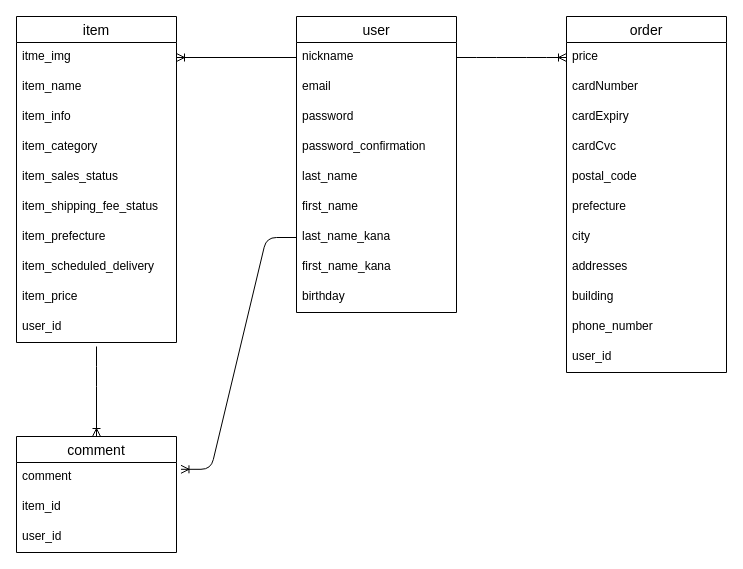
This is er.dio from D0lph1n25/furima-39574, a draw.io file, before an edit. Source tidied: cells renumbered, new cells numbered last; positions are measured from the earlier drawing's top-left corner, leaving out a move shared by most shapes. Both pictures are drawn from the tidied source at 100%, with x=0, y=0 at pixel (16, 16).
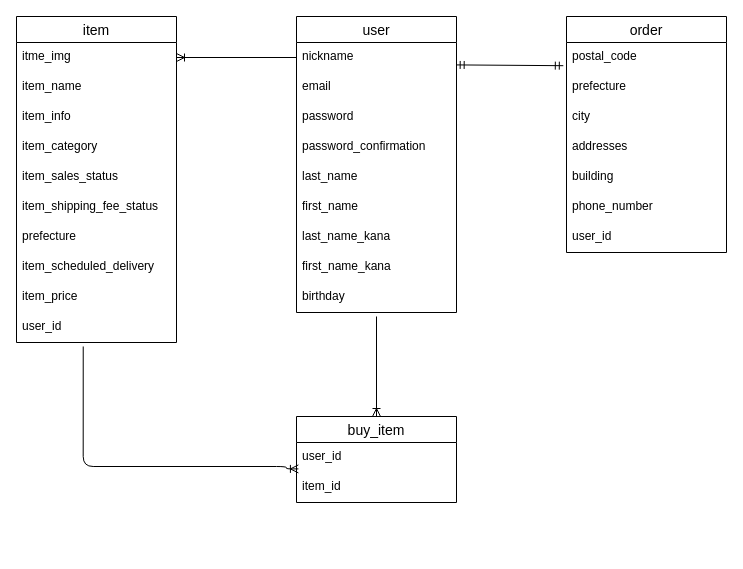
The same page after the edit.

Commit message (it also covers changes not shown here):
ER図及びREADME　再実装

Unchanged cells that the change refers to:
```xml
<mxCell id="2" value="item" style="swimlane;fontStyle=0;horizontal=1;startSize=26;align=center;fontSize=14;" parent="1" vertex="1">
  <mxGeometry width="160" height="326" as="geometry" />
</mxCell>
<mxCell id="3" value="itme_img" style="text;strokeColor=none;fillColor=none;spacingLeft=4;spacingRight=4;overflow=hidden;points=[[0,0.5],[1,0.5]];portConstraint=eastwest;fontSize=12;" parent="2" vertex="1">
  <mxGeometry y="26" width="160" height="30" as="geometry" />
</mxCell>
<mxCell id="12" value="user_id" style="text;strokeColor=none;fillColor=none;spacingLeft=4;spacingRight=4;overflow=hidden;points=[[0,0.5],[1,0.5]];portConstraint=eastwest;fontSize=12;" parent="2" vertex="1">
  <mxGeometry y="296" width="160" height="30" as="geometry" />
</mxCell>
<mxCell id="14" value="nickname" style="text;strokeColor=none;fillColor=none;spacingLeft=4;spacingRight=4;overflow=hidden;points=[[0,0.5],[1,0.5]];portConstraint=eastwest;fontSize=12;" parent="13" vertex="1">
  <mxGeometry y="26" width="160" height="30" as="geometry" />
</mxCell>
<mxCell id="20" value="last_name_kana" style="text;strokeColor=none;fillColor=none;spacingLeft=4;spacingRight=4;overflow=hidden;points=[[0,0.5],[1,0.5]];portConstraint=eastwest;fontSize=12;" parent="13" vertex="1">
  <mxGeometry y="206" width="160" height="30" as="geometry" />
</mxCell>
```

The edit, as a diff of the source:
```diff
@@
-    <mxCell id="9" value="item_prefecture" style="text;strokeColor=none;fillColor=none;spacingLeft=4;spacingRight=4;overflow=hidden;fontSize=12;" parent="2" vertex="1">
+    <mxCell id="9" value="prefecture" style="text;strokeColor=none;fillColor=none;spacingLeft=4;spacingRight=4;overflow=hidden;fontSize=12;" parent="2" vertex="1">
       <mxGeometry y="206" width="160" height="30" as="geometry" />
     </mxCell>
@@
     <mxCell id="23" value="order" style="swimlane;fontStyle=0;horizontal=1;startSize=26;align=center;fontSize=14;" parent="1" vertex="1">
-      <mxGeometry x="550" width="160" height="356" as="geometry" />
+      <mxGeometry x="550" width="160" height="236" as="geometry" />
     </mxCell>
-    <mxCell id="24" value="price" style="text;strokeColor=none;fillColor=none;spacingLeft=4;spacingRight=4;overflow=hidden;fontSize=12;" parent="23" vertex="1">
-      <mxGeometry y="26" width="160" height="30" as="geometry" />
-    </mxCell>
-    <mxCell id="25" value="cardNumber" style="text;strokeColor=none;fillColor=none;spacingLeft=4;spacingRight=4;overflow=hidden;fontSize=12;" parent="23" vertex="1">
-      <mxGeometry y="56" width="160" height="30" as="geometry" />
-    </mxCell>
-    <mxCell id="26" value="cardExpiry" style="text;strokeColor=none;fillColor=none;spacingLeft=4;spacingRight=4;overflow=hidden;fontSize=12;" parent="23" vertex="1">
-      <mxGeometry y="86" width="160" height="30" as="geometry" />
-    </mxCell>
-    <mxCell id="27" value="cardCvc" style="text;strokeColor=none;fillColor=none;spacingLeft=4;spacingRight=4;overflow=hidden;fontSize=12;" parent="23" vertex="1">
-      <mxGeometry y="116" width="160" height="30" as="geometry" />
-    </mxCell>
     <mxCell id="28" value="postal_code" style="text;strokeColor=none;fillColor=none;spacingLeft=4;spacingRight=4;overflow=hidden;points=[[0,0.5],[1,0.5]];portConstraint=eastwest;fontSize=12;" parent="23" vertex="1">
-      <mxGeometry y="146" width="160" height="30" as="geometry" />
+      <mxGeometry y="26" width="160" height="30" as="geometry" />
     </mxCell>
     <mxCell id="29" value="prefecture" style="text;strokeColor=none;fillColor=none;spacingLeft=4;spacingRight=4;overflow=hidden;fontSize=12;" parent="23" vertex="1">
-      <mxGeometry y="176" width="160" height="30" as="geometry" />
+      <mxGeometry y="56" width="160" height="30" as="geometry" />
     </mxCell>
     <mxCell id="30" value="city" style="text;strokeColor=none;fillColor=none;spacingLeft=4;spacingRight=4;overflow=hidden;fontSize=12;" parent="23" vertex="1">
-      <mxGeometry y="206" width="160" height="30" as="geometry" />
+      <mxGeometry y="86" width="160" height="30" as="geometry" />
     </mxCell>
     <mxCell id="31" value="addresses" style="text;strokeColor=none;fillColor=none;spacingLeft=4;spacingRight=4;overflow=hidden;fontSize=12;" parent="23" vertex="1">
-      <mxGeometry y="236" width="160" height="30" as="geometry" />
+      <mxGeometry y="116" width="160" height="30" as="geometry" />
     </mxCell>
     <mxCell id="32" value="building" style="text;strokeColor=none;fillColor=none;spacingLeft=4;spacingRight=4;overflow=hidden;fontSize=12;" parent="23" vertex="1">
-      <mxGeometry y="266" width="160" height="30" as="geometry" />
+      <mxGeometry y="146" width="160" height="30" as="geometry" />
     </mxCell>
     <mxCell id="33" value="phone_number" style="text;strokeColor=none;fillColor=none;spacingLeft=4;spacingRight=4;overflow=hidden;fontSize=12;" parent="23" vertex="1">
-      <mxGeometry y="296" width="160" height="30" as="geometry" />
+      <mxGeometry y="176" width="160" height="30" as="geometry" />
     </mxCell>
     <mxCell id="34" value="user_id" style="text;strokeColor=none;fillColor=none;spacingLeft=4;spacingRight=4;overflow=hidden;fontSize=12;" parent="23" vertex="1">
-      <mxGeometry y="326" width="160" height="30" as="geometry" />
+      <mxGeometry y="206" width="160" height="30" as="geometry" />
     </mxCell>
-    <mxCell id="35" value="comment" style="swimlane;fontStyle=0;horizontal=1;startSize=26;align=center;fontSize=14;" parent="1" vertex="1">
-      <mxGeometry y="420" width="160" height="116" as="geometry" />
-    </mxCell>
-    <mxCell id="36" value="comment" style="text;strokeColor=none;fillColor=none;spacingLeft=4;spacingRight=4;overflow=hidden;points=[[0,0.5],[1,0.5]];portConstraint=eastwest;fontSize=12;" parent="35" vertex="1">
-      <mxGeometry y="26" width="160" height="30" as="geometry" />
-    </mxCell>
+    <mxCell id="39" style="fontSize=12;html=1;endArrow=ERoneToMany;entryX=1;entryY=0.5;entryDx=0;entryDy=0;exitX=0;exitY=0.5;exitDx=0;exitDy=0;" parent="1" edge="1" source="14" target="3">
+      <mxGeometry relative="1" as="geometry" />
+    </mxCell>
+    <mxCell id="43" style="fontSize=12;html=1;endArrow=ERmandOne;startArrow=ERmandOne;entryX=-0.02;entryY=0.773;entryDx=0;entryDy=0;entryPerimeter=0;exitX=0.998;exitY=0.747;exitDx=0;exitDy=0;exitPerimeter=0;" parent="1" edge="1" source="14" target="28">
+      <mxGeometry relative="1" as="geometry" />
+    </mxCell>
+    <mxCell id="44" value="buy_item" style="swimlane;fontStyle=0;horizontal=1;startSize=26;align=center;fontSize=14;" parent="1" vertex="1">
+      <mxGeometry x="280" y="400" width="160" height="86" as="geometry" />
+    </mxCell>
+    <mxCell id="38" value="user_id" style="text;strokeColor=none;fillColor=none;spacingLeft=4;spacingRight=4;overflow=hidden;points=[[0,0.5],[1,0.5]];portConstraint=eastwest;fontSize=12;" parent="44" vertex="1">
+      <mxGeometry y="26" width="160" height="30" as="geometry" />
+    </mxCell>
-    <mxCell id="37" value="item_id" style="text;strokeColor=none;fillColor=none;spacingLeft=4;spacingRight=4;overflow=hidden;fontSize=12;" parent="35" vertex="1">
+    <mxCell id="37" value="item_id" style="text;strokeColor=none;fillColor=none;spacingLeft=4;spacingRight=4;overflow=hidden;fontSize=12;" parent="44" vertex="1">
       <mxGeometry y="56" width="160" height="30" as="geometry" />
     </mxCell>
-    <mxCell id="38" value="user_id" style="text;strokeColor=none;fillColor=none;spacingLeft=4;spacingRight=4;overflow=hidden;points=[[0,0.5],[1,0.5]];portConstraint=eastwest;fontSize=12;" parent="35" vertex="1">
-      <mxGeometry y="86" width="160" height="30" as="geometry" />
-    </mxCell>
-    <mxCell id="39" style="fontSize=12;html=1;endArrow=ERoneToMany;entryX=1;entryY=0.5;entryDx=0;entryDy=0;exitX=0;exitY=0.5;exitDx=0;exitDy=0;" parent="1" edge="1" source="14" target="3">
-      <mxGeometry relative="1" as="geometry" />
-    </mxCell>
-    <mxCell id="40" style="fontSize=12;html=1;endArrow=ERoneToMany;entryX=0.5;entryY=0;entryDx=0;entryDy=0;" parent="1" edge="1" target="35">
-      <mxGeometry relative="1" as="geometry">
-        <mxPoint x="80" y="330" as="sourcePoint" />
-        <Array as="points">
-          <mxPoint x="80" y="360" />
-        </Array>
-      </mxGeometry>
-    </mxCell>
-    <mxCell id="41" style="edgeStyle=entityRelationEdgeStyle;fontSize=12;html=1;endArrow=ERoneToMany;entryX=1.028;entryY=0.227;entryDx=0;entryDy=0;entryPerimeter=0;exitX=0;exitY=0.5;exitDx=0;exitDy=0;" parent="1" edge="1" source="20" target="36">
-      <mxGeometry relative="1" as="geometry" />
-    </mxCell>
-    <mxCell id="42" style="edgeStyle=entityRelationEdgeStyle;fontSize=12;html=1;endArrow=ERoneToMany;entryX=0;entryY=0.5;entryDx=0;entryDy=0;exitX=1;exitY=0.5;exitDx=0;exitDy=0;" parent="1" edge="1" source="14">
-      <mxGeometry relative="1" as="geometry">
-        <mxPoint x="550" y="41" as="targetPoint" />
-      </mxGeometry>
-    </mxCell>
+    <mxCell id="45" style="fontSize=12;html=1;endArrow=ERoneToMany;entryX=0.5;entryY=0;entryDx=0;entryDy=0;" parent="1" edge="1" target="44">
+      <mxGeometry relative="1" as="geometry">
+        <mxPoint x="360" y="300" as="sourcePoint" />
+      </mxGeometry>
+    </mxCell>
+    <mxCell id="46" style="edgeStyle=orthogonalEdgeStyle;fontSize=12;html=1;endArrow=ERoneToMany;entryX=0.012;entryY=0.88;entryDx=0;entryDy=0;entryPerimeter=0;exitX=0.417;exitY=1.133;exitDx=0;exitDy=0;exitPerimeter=0;" parent="1" edge="1" source="12" target="38">
+      <mxGeometry relative="1" as="geometry">
+        <Array as="points">
+          <mxPoint x="67" y="450" />
+          <mxPoint x="270" y="450" />
+          <mxPoint x="270" y="452" />
+        </Array>
+      </mxGeometry>
+    </mxCell>
```
